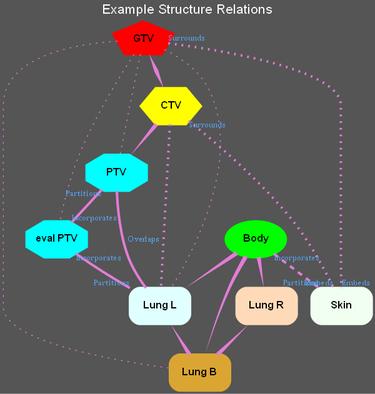
This is test_graph.png from GregSal/StructureRelations, a Graphviz export, as it was before one commit. Its source is kept beside it as test_graph.gv.
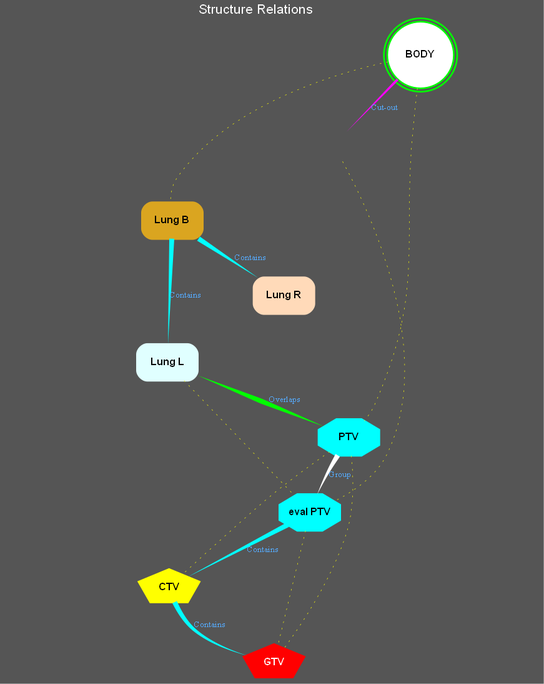
The same diagram one commit later.

The edit, as a diff of the source:
```diff
@@ -1,5 +1,5 @@
 strict graph "" {
-	graph [bb="0,0,669,738",
+	graph [bb="0,0,683,816.2",
 		bgcolor="#555555",
 		clusterrank=none,
 		fontcolor=white,
@@ -8,7 +8,7 @@
 		label="Structure Relations",
 		labelloc=t,
 		lheight=0.25,
-		lp="334.5,725",
+		lp="341.5,803.2",
 		lwidth=1.92
 	];
 	node [fixedsize=shape,
@@ -32,81 +32,6 @@
 		penwidth=3,
 		style=solid
 	];
-	subgraph Organ {
-		graph [cluster=True];
-		26	[color="#e0ffff",
-			fontcolor="#000000",
-			height=0.59722,
-			label="Lung L",
-			pos="377,337.5",
-			shape=rectangle,
-			style="rounded, filled",
-			tooltip="ID: Lung L
-ROI: 26
-
-DICOM Type ORGAN
-Code: 7310
-Label: Left lung
-Scheme: FMA
-Volume: 1776 cc
-Length: 24.2 cm
-Range: (5.8cm, -18.4cm)"];
-		27	[color="#ffdab9",
-			fontcolor="#000000",
-			height=0.59722,
-			label="Lung R",
-			pos="444,416.5",
-			shape=rectangle,
-			style="rounded, filled",
-			tooltip="ID: Lung R
-ROI: 27
-
-DICOM Type ORGAN
-Code: 7309
-Label: Right lung
-Scheme: FMA
-Volume: 2556.676 cc
-Length: 23.8 cm
-Range: (6.6cm, \
-\
--17.2cm)"];
-		25	[color="#daa520",
-			fontcolor="#000000",
-			height=0.59722,
-			label="Lung B",
-			pos="310,495.5",
-			shape=rectangle,
-			style="rounded, filled",
-			tooltip="ID: Lung B
-ROI: 25
-
-DICOM Type ORGAN
-Code: 68877
-Label: Pair of lungs
-Scheme: FMA
-Volume: 4332.676 cc
-Length: 25 cm
-Range: (6.6cm, \
-\
--18.4cm)"];
-		2	[color="#f0fff0",
-			fontcolor="#000000",
-			height=0.59722,
-			label=Skin,
-			pos="237,574.5",
-			shape=rectangle,
-			style="rounded, filled",
-			tooltip="ID: Skin
-ROI: 2
-
-DICOM Type ORGAN
-Code: 7163
-Label: Skin
-Scheme: FMA
-Volume: 1726.808 cc
-Length: 33.8 cm
-Range: (10.6cm, -23.2cm)"];
-	}
 	subgraph External {
 		graph [cluster=True];
 		1	[color="#00ff00",
@@ -115,7 +40,7 @@
 			height=1.1111,
 			label=BODY,
 			penwidth=2,
-			pos="361,672",
+			pos="539,750.2",
 			shape=doublecircle,
 			tooltip="ID: BODY
 ROI: 1
@@ -137,7 +62,7 @@
 			fontcolor="#FFFFFF",
 			height=0.59722,
 			label=GTV,
-			pos="372,21.5",
+			pos="363,21.5",
 			shape=pentagon,
 			tooltip="ID: GTV
 ROI: 38
@@ -155,7 +80,7 @@
 			fontcolor="#000000",
 			height=0.59722,
 			label=CTV,
-			pos="308,100.5",
+			pos="237,111.5",
 			shape=pentagon,
 			tooltip="ID: CTV
 ROI: 24
@@ -173,7 +98,7 @@
 			fontcolor="#000000",
 			height=0.59722,
 			label=PTV,
-			pos="263,258.5",
+			pos="453,291.5",
 			shape=octagon,
 			tooltip="ID: PTV
 ROI: 30
@@ -191,7 +116,7 @@
 			fontcolor="#000000",
 			height=0.59722,
 			label="eval PTV",
-			pos="473,179.5",
+			pos="406,201.5",
 			shape=octagon,
 			tooltip="ID: eval PTV
 ROI: 41
@@ -206,80 +131,211 @@
 Length: 4.6 cm
 Range: (0.6cm, -4.0cm)"];
 	}
-	24 -- 38	[pos="321.89,82.792 332.99,69.434 348.43,50.858 359.23,37.867",
+	subgraph Organ {
+		graph [cluster=True];
+		26	[color="#e0ffff",
+			fontcolor="#000000",
+			height=0.59722,
+			label="Lung L",
+			pos="235,381.5",
+			shape=rectangle,
+			style="rounded, filled",
+			tooltip="ID: Lung L
+ROI: 26
+
+DICOM Type ORGAN
+Code: 7310
+Label: Left lung
+Scheme: FMA
+Volume: 1776 cc
+Length: 24.2 cm
+Range: (5.8cm, -18.4cm)"];
+		27	[color="#ffdab9",
+			fontcolor="#000000",
+			height=0.59722,
+			label="Lung R",
+			pos="375,461.5",
+			shape=rectangle,
+			style="rounded, filled",
+			tooltip="ID: Lung R
+ROI: 27
+
+DICOM Type ORGAN
+Code: 7309
+Label: Right lung
+Scheme: FMA
+Volume: 2556.676 cc
+Length: 23.8 cm
+Range: (6.6cm, \
+\
+-17.2cm)"];
+		25	[color="#daa520",
+			fontcolor="#000000",
+			height=0.59722,
+			label="Lung B",
+			pos="241,551.5",
+			shape=rectangle,
+			style="rounded, filled",
+			tooltip="ID: Lung B
+ROI: 25
+
+DICOM Type ORGAN
+Code: 68877
+Label: Pair of lungs
+Scheme: FMA
+Volume: 4332.676 cc
+Length: 25 cm
+Range: (6.6cm, \
+\
+-18.4cm)"];
+		2	[color="#f0fff0",
+			fontcolor="#000000",
+			label=Skin,
+			pos="435,641.6",
+			shape=point,
+			style=invis,
+			tooltip="ID: Skin
+ROI: 2
+
+DICOM Type ORGAN
+Code: 7163
+Label: Skin
+Scheme: FMA
+Volume: 1726.808 cc
+Length: 33.8 cm
+Range: (10.6cm, -23.2cm)",
+			width=0.6];
+	}
+	26 -- 38	[pos="214.89,359.83 178.57,319.86 108.41,229.07 138,151 167.58,72.971 272.43,40.553 327.94,28.616",
 		style=invis];
-	30 -- 38	[pos="256.59,236.94 246.92,201.71 232.73,128.78 263,79 279.5,51.863 313.72,37.175 339.44,29.638",
+	26 -- 24	[pos="235.15,359.92 235.53,309.29 236.5,179.35 236.86,131",
 		style=invis];
-	30 -- 24	[pos="268.98,236.78 277.82,206.12 294.26,149.12 302.7,119.87",
+	26 -- 30	[color=green,
+		dir=both,
+		label=Overlaps,
+		lp="375.5,336.5",
+		penwidth=6,
+		pos="271.49,365.77 314.15,348.55 383.95,320.37 423.4,304.45",
+		style=tapered];
+	26 -- 41	[color=yellow,
+		penwidth=0.5,
+		pos="254.95,359.73 288.52,324.79 355.77,254.79 387.99,221.25",
+		style=dotted];
+	27 -- 26	[pos="338.99,440.79 328.06,434.78 316.03,428.14 305,422 294.03,415.89 282.12,409.19 271.29,403.08",
 		style=invis];
-	30 -- 41	[pos="293.54,246.3 333.35,231.7 402.59,206.32 442.43,191.71",
+	27 -- 38	[pos="368.45,439.89 353.48,390.25 319.03,260.09 332,151 336.74,111.12 349.49,65.715 357.08,40.975",
 		style=invis];
-	41 -- 38	[pos="462.55,157.73 451.94,137.19 434.6,105.14 417,79 407.19,64.437 394.66,48.905 385.31,37.819",
+	27 -- 24	[pos="345.85,439.89 339.94,434.61 334.25,428.56 330,422 329.47,421.18 250.3,151.94 250,151 247.87,144.27 245.42,136.93 243.23,130.47",
 		style=invis];
-	41 -- 24	[pos="445.01,165.44 413.01,150.51 361.22,126.33 331.32,112.38",
+	27 -- 30	[pos="384.73,439.73 387.41,433.99 390.32,427.75 393,422 410.88,383.59 431.64,338.71 443.46,313.14",
 		style=invis];
-	1 -- 38	[pos="400.95,666.97 484.29,656.12 669,618.34 669,496.5 669,496.5 669,496.5 669,178.5 669,60.85 484.08,31.738 406.07,24.691",
+	27 -- 41	[pos="377.48,439.82 383.29,391.51 397.69,271.68 403.5,223.28",
 		style=invis];
-	1 -- 24	[pos="321.07,667.87 234.65,658.69 38,623.81 38,496.5 38,496.5 38,496.5 38,257.5 38,150.17 199.92,115.52 272.98,105.35",
+	25 -- 26	[color=cyan,
+		dir=forward,
+		label=Contains,
+		lp="256.5,461.5",
+		penwidth=6,
+		pos="240.26,529.9 239.11,497.57 236.88,435.28 235.73,403.01",
+		style=tapered];
+	25 -- 27	[color=cyan,
+		dir=forward,
+		label=Contains,
+		lp="334.5,506.5",
+		penwidth=6,
+		pos="272.42,529.87 293.92,515.75 322.32,497.1 343.78,483",
+		style=tapered];
+	25 -- 38	[pos="204.79,547.12 156.22,540.37 76,520.45 76,462.5 76,462.5 76,462.5 76,335.5 76,222.4 69.381,175.86 143,90 190.2,34.952 281.06,24.031 \
+\
+329.94,22.336",
 		style=invis];
-	1 -- 30	[pos="321.86,662.5 252.21,644.81 114,597.04 114,496.5 114,496.5 114,496.5 114,415.5 114,346.03 192.23,295.33 235.32,272.67",
+	25 -- 24	[pos="204.95,542.03 167.4,530.81 114,507.03 114,462.5 114,462.5 114,462.5 114,335.5 114,292.69 141.2,289.41 162,252 186.32,208.26 213.97,\
+\
+156.21 227.92,129.77",
 		style=invis];
-	1 -- 41	[pos="400.55,664.36 475.54,649.27 631,604.92 631,496.5 631,496.5 631,496.5 631,336.5 631,285.75 611,272.76 575,237 554.6,216.74 525.45,\
+	25 -- 30	[pos="277.11,547.83 318.74,542.66 385.79,527.5 420,483 459.08,432.18 458.21,351.15 455.26,313.28",
+		style=invis];
+	25 -- 41	[pos="226.58,529.97 203.36,494.17 162.9,418.57 190,360 226.35,281.45 324.38,233.76 374.92,213.65",
+		style=invis];
+	2 -- 26	[pos="419.71,625.67 396.53,602.58 351.83,556.25 320,512 298.49,482.11 299.35,470.69 279,440 270.6,427.32 260.31,413.78 251.79,403.03",
+		style=invis];
+	2 -- 27	[pos="428.35,620.86 416.91,586.9 393.61,517.73 381.96,483.15",
+		style=invis];
+	2 -- 25	[label=Disjoint,
+		lp="275,596.5",
+		pos="413.54,638.54 371.61,634.11 280.9,622.39 258,602 249.86,594.75 245.61,583.42 243.4,573.43",
+		style=invis];
+	2 -- 38	[pos="452.19,628.32 502.34,590.89 645,472.58 645,337.5 645,337.5 645,337.5 645,110.5 645,59.277 473.31,34.413 397.86,25.96",
+		style=invis];
+	2 -- 24	[pos="413.37,640.47 330.53,639.38 38,630.07 38,552.5 38,552.5 38,552.5 38,335.5 38,230.42 162.52,152.05 214.56,123.88",
+		style=invis];
+	2 -- 30	[pos="438.6,620.02 445.63,578.93 461.09,483.71 468,403 470.31,375.97 469.56,369.12 470,342 470.08,337.11 471.01,335.78 470,331 468.73,\
 \
-201.57 503.53,192.08",
+324.99 466.47,318.79 463.99,313.15",
 		style=invis];
-	1 -- 26	[pos="362.88,631.88 366.29,560.98 373.39,413.57 376,359.21",
+	2 -- 41	[color=yellow,
+		penwidth=0.5,
+		pos="445.38,622.51 475.89,566.78 559.36,394.01 498,270 485.17,244.08 457.05,225.77 435.26,214.82",
+		style=dotted];
+	1 -- 26	[pos="499.09,746.28 440.09,740.09 328.74,721.06 256,663.2 218.32,633.23 209.93,619.09 196,573 177.69,512.41 207.12,438.38 224.18,403.1",
 		style=invis];
-	1 -- 27	[pos="377.82,635.56 383.36,623.19 389.3,609.13 394,596 414.07,539.95 431.24,471.69 439.23,438.14",
+	1 -- 27	[pos="527.54,711.73 524.15,701.69 520.2,690.93 516,681.2 478.62,594.63 459.7,577.09 404,501 399.75,495.19 395.08,488.94 390.76,483.2",
 		style=invis];
-	1 -- 25	[pos="349.93,633.14 339.56,597.65 324.44,545.92 316.1,517.37",
+	1 -- 25	[color=yellow,
+		penwidth=0.5,
+		pos="499.77,741.99 434.88,727.81 306.37,689.68 246,602 240.32,593.75 238.76,582.81 238.75,573.32",
+		style=dotted];
+	1 -- 2	[color=magenta,
+		dir=forward,
+		label="Cut-out",
+		lp="496,686.7",
+		pos="511.4,720.91 491.66,700.68 465.86,674.23 449.86,657.83",
+		style=tapered];
+	1 -- 38	[pos="577.59,738.85 620.24,724.79 683,695.17 683,642.6 683,642.6 683,642.6 683,110.5 683,51.73 479.8,30.744 397.25,24.643",
 		style=invis];
-	1 -- 2	[pos="329.71,646.9 309.33,631.21 283.04,610.96 263.66,596.03",
+	1 -- 24	[pos="498.93,749.78 374.01,750.54 0,744.31 0,642.6 0,642.6 0,642.6 0,335.5 0,256.95 26.286,233.28 84,180 118.88,147.8 171.61,129.2 205.17,\
+\
+119.96",
 		style=invis];
-	26 -- 38	[pos="376.67,315.9 375.76,258.32 373.18,96.34 372.3,41.173",
+	1 -- 30	[color=yellow,
+		penwidth=0.5,
+		pos="535.17,710.35 534.18,700.81 533.09,690.63 532,681.2 514.01,525.13 546.9,474.96 484,331 480.91,323.92 476.16,317.06 471.3,311.14",
+		style=dotted];
+	1 -- 41	[pos="574.55,731.66 605.01,713.84 644,683.12 644,642.6 644,642.6 644,642.6 644,505.5 644,370.36 602.73,321.26 494,241 477.23,228.62 455.86,\
+\
+219.15 438.37,212.7",
 		style=invis];
-	26 -- 24	[pos="366.38,315.97 361.22,305.42 355.25,292.24 351,280 331.26,223.08 317.23,152.91 311.24,120.08",
-		style=invis];
-	26 -- 30	[pos="346.45,315.87 327.59,303.12 303.76,287.03 286.4,275.3",
-		style=invis];
-	26 -- 41	[pos="389.75,315.78 408.11,285.95 441.81,231.19 460.2,201.3",
-		style=invis];
-	27 -- 38	[pos="471.72,394.84 504.6,367.74 555,316.84 555,259.5 555,259.5 555,259.5 555,178.5 555,97.926 450.99,50.176 399.79,31.554",
-		style=invis];
-	27 -- 24	[pos="441.11,394.84 437.86,374.38 431.73,342.39 422,316 393.2,237.85 340.99,152.61 318.63,117.74",
-		style=invis];
-	27 -- 30	[pos="407.97,402.71 384.56,393.17 354.35,378.44 332,359 305.99,336.38 284.99,301.9 273.25,280.05",
-		style=invis];
-	27 -- 41	[pos="448.48,394.91 450.68,384.24 453.24,370.96 455,359 463.38,302.15 469.03,234.53 471.53,201.19",
-		style=invis];
-	27 -- 26	[pos="426.05,394.87 416.43,383.82 404.62,370.25 395,359.19",
-		style=invis];
-	25 -- 38	[pos="276.52,473.83 263.32,464.3 248.97,451.98 239,438 186.47,364.36 196.89,326.89 207,237 215.05,165.43 197.1,134.5 243,79 266.68,50.361 \
-\
-307.72,35.813 337.15,28.718",
-		style=invis];
-	25 -- 24	[pos="293.03,473.71 259.67,430.23 191.04,326.3 218,237 232.93,187.52 272.51,139.54 293.86,116.2",
-		style=invis];
-	25 -- 30	[pos="305.83,473.65 296.91,429.05 276.07,324.86 267.16,280.31",
-		style=invis];
-	25 -- 41	[pos="346.31,494.77 388.46,492.88 456.35,482.55 489,438 542.09,365.57 502.21,248.64 482.42,201.35",
-		style=invis];
-	25 -- 26	[pos="318.9,473.78 331.71,443.95 355.23,389.19 368.07,359.3",
-		style=invis];
-	25 -- 27	[pos="345.91,473.87 365.14,462.82 388.75,449.25 407.99,438.19",
-		style=invis];
-	2 -- 38	[pos="200.75,567.02 134.36,552.85 0,512.45 0,417.5 0,417.5 0,417.5 0,178.5 0,31.782 249.13,20.725 339.64,21.549",
-		style=invis];
-	2 -- 24	[pos="217.44,552.75 179.38,509.75 101.3,407.33 128,316 151.38,236 171.62,218.45 229,158 246.18,139.9 269.9,123.84 286.86,113.52",
-		style=invis];
-	2 -- 30	[pos="238.34,552.91 239.67,532.78 241.83,501.27 244,474 249.66,402.82 257.45,318.45 261.04,280.2",
-		style=invis];
-	2 -- 41	[pos="273.09,573.87 363.6,572.73 593,556.17 593,417.5 593,417.5 593,417.5 593,336.5 593,273.97 531.68,221.12 496.71,196.07",
-		style=invis];
-	2 -- 26	[pos="240.24,552.75 244.07,531.94 251.68,499.43 265,474 288.79,428.58 329.59,384.42 354.83,359.43",
-		style=invis];
-	2 -- 27	[pos="273.12,560.55 297.6,550.76 329.93,535.81 355,517 385.22,494.32 413.03,460.19 429.26,438.38",
-		style=invis];
-	2 -- 25	[pos="256.56,552.87 267.04,541.82 279.9,528.25 290.38,517.19",
-		style=invis];
+	24 -- 38	[color=cyan,
+		dir=forward,
+		label=Contains,
+		lp="285.5,66.5",
+		penwidth=6,
+		pos="243.73,93.896 248.76,83.26 256.58,69.842 267,61 285.35,45.431 310.79,35.612 330.87,29.79",
+		style=tapered];
+	30 -- 38	[color=yellow,
+		penwidth=0.5,
+		pos="455.87,269.64 458.24,247.04 459.93,210.17 451,180 434.39,123.83 395.09,65.683 375.11,38.417",
+		style=dotted];
+	30 -- 24	[color=yellow,
+		penwidth=0.5,
+		pos="429.86,274.44 410.98,261.12 383.79,241.45 361,223 339.6,205.68 281.1,152.69 252.78,126.9",
+		style=dotted];
+	30 -- 41	[color=white,
+		dir=forward,
+		label=Group,
+		lp="442.5,246.5",
+		penwidth=6,
+		pos="439.57,270 435.99,264.26 432.22,257.96 429,252 423.95,242.67 418.91,232.03 414.85,223.01",
+		style=tapered];
+	41 -- 38	[color=yellow,
+		penwidth=0.5,
+		pos="400.98,179.73 392.52,144.7 375.54,74.418 367.47,40.987",
+		style=dotted];
+	41 -- 24	[color=cyan,
+		dir=forward,
+		label=Contains,
+		lp="349.5,156.5",
+		penwidth=6,
+		pos="379.59,186.75 346.45,169.49 290.2,140.2 259.18,124.05",
+		style=tapered];
 }
```
